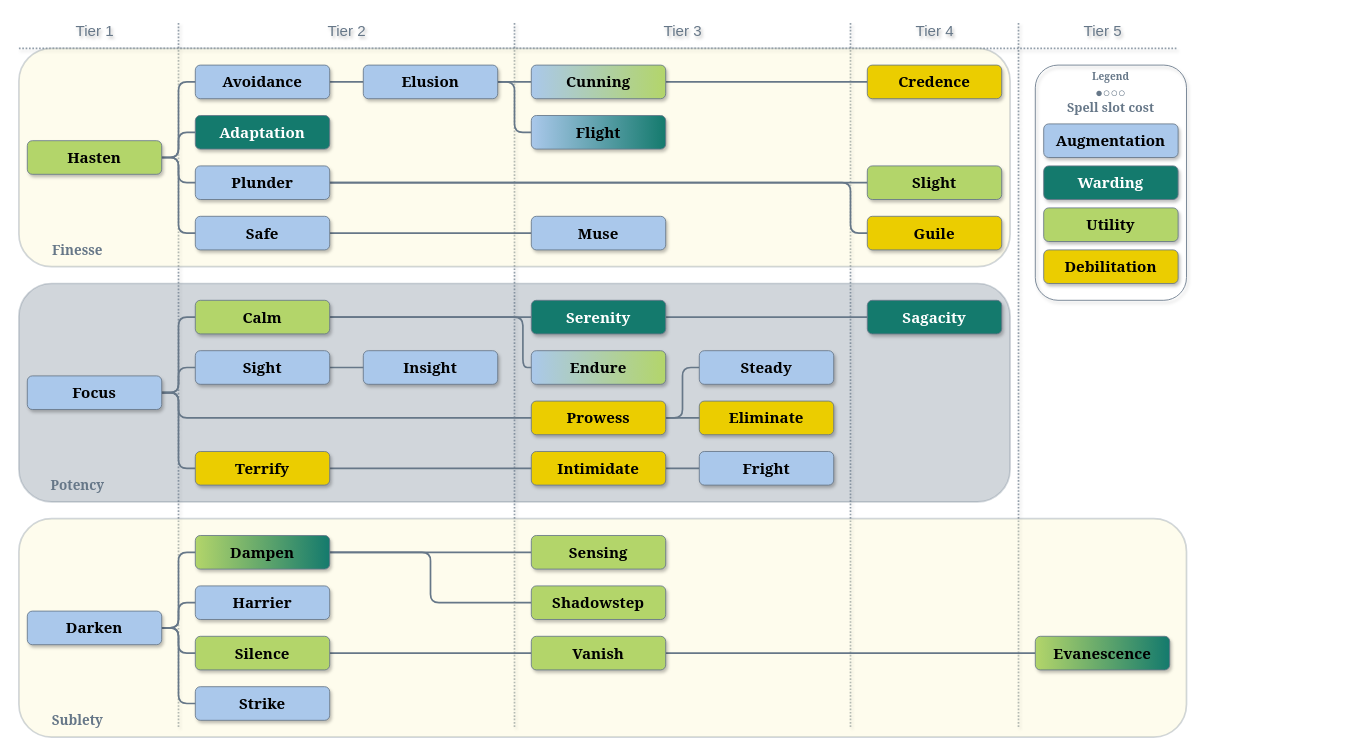
This is Thief/Thief.drawio from MahtraDR/dr-spell-trees, a draw.io file, before an edit. Source tidied: cells renumbered, new cells numbered last; positions are measured from the earlier drawing's top-left corner, leaving out a move shared by most shapes. Both pictures are drawn from the tidied source at 84%, with x=0, y=0 at pixel (18, 14).
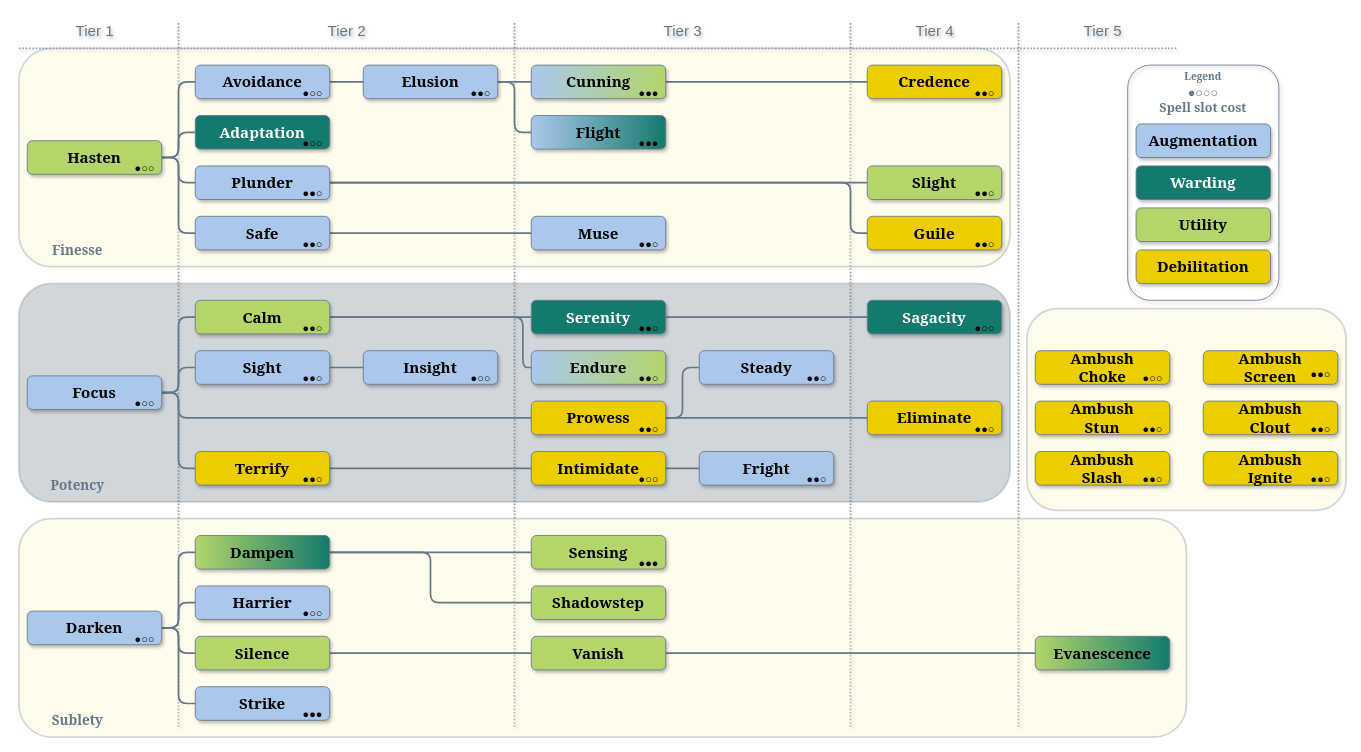
Above is the later version.

The edit, as a diff of the source:
```diff
@@
     <mxCell id="12" value="Legend" style="rounded=1;fillColor=none;verticalAlign=top;labelBackgroundColor=none;fontStyle=1;fontColor=#667788;fontFamily=Georgia;strokeColor=#667788;shadow=1;glass=0;strokeWidth=1;textShadow=0;whiteSpace=wrap;" parent="1" vertex="1">
-      <mxGeometry x="1210" y="60" width="180" height="280" as="geometry" />
+      <mxGeometry x="1320" y="60" width="180" height="280" as="geometry" />
     </mxCell>
     <mxCell id="13" value="Debilitation" style="rounded=1;whiteSpace=wrap;fillColor=#EBCD00;labelBackgroundColor=none;fontFamily=Georgia;fontSize=18;strokeColor=#667788;shadow=1;glass=0;strokeWidth=1;align=center;fontStyle=1;verticalAlign=middle;fontColor=#000000;textShadow=0;" parent="1" vertex="1">
-      <mxGeometry x="1220" y="280" width="160" height="40" as="geometry" />
+      <mxGeometry x="1330" y="280" width="160" height="40" as="geometry" />
     </mxCell>
     <mxCell id="14" value="Utility" style="rounded=1;whiteSpace=wrap;fillColor=#B3D56A;labelBackgroundColor=none;fontFamily=Georgia;fontSize=18;strokeColor=#667788;shadow=1;glass=0;strokeWidth=1;align=center;fontStyle=1;verticalAlign=middle;fontColor=#000000;textShadow=0;" parent="1" vertex="1">
-      <mxGeometry x="1220" y="230" width="160" height="40" as="geometry" />
+      <mxGeometry x="1330" y="230" width="160" height="40" as="geometry" />
     </mxCell>
     <mxCell id="15" value="Warding" style="rounded=1;whiteSpace=wrap;fillColor=#147A6D;labelBackgroundColor=none;fontFamily=Georgia;fontSize=18;strokeColor=#667788;shadow=1;glass=0;strokeWidth=1;align=center;fontStyle=1;verticalAlign=middle;fontColor=#FFFFFF;textShadow=0;" parent="1" vertex="1">
-      <mxGeometry x="1220" y="180" width="160" height="40" as="geometry" />
+      <mxGeometry x="1330" y="180" width="160" height="40" as="geometry" />
     </mxCell>
     <mxCell id="16" value="Augmentation" style="rounded=1;whiteSpace=wrap;fillColor=#AAC8EB;labelBackgroundColor=none;fontFamily=Georgia;fontSize=18;strokeColor=#667788;shadow=1;glass=0;strokeWidth=1;fontColor=#000000;align=center;fontStyle=1;verticalAlign=middle;textShadow=0;" parent="1" vertex="1">
-      <mxGeometry x="1220" y="130" width="160" height="40" as="geometry" />
+      <mxGeometry x="1330" y="130" width="160" height="40" as="geometry" />
     </mxCell>
     <mxCell id="17" value="●○○○&#10;Spell slot cost" style="text;align=center;verticalAlign=middle;whiteSpace=wrap;rounded=1;fontFamily=Georgia;fontSize=15;fontColor=#667788;labelBackgroundColor=none;strokeColor=none;shadow=1;glass=0;strokeWidth=1;fontStyle=1;" parent="1" vertex="1">
-      <mxGeometry x="1220" y="80" width="160" height="40" as="geometry" />
+      <mxGeometry x="1330" y="80" width="160" height="40" as="geometry" />
     </mxCell>
@@
+    <mxCell id="91" style="rounded=1;fontFamily=Helvetica;fontSize=11;fontColor=default;labelBackgroundColor=none;fillColor=#FCF4C4;strokeColor=#667788;opacity=30;glass=0;shadow=0;align=center;verticalAlign=middle;gradientColor=none;strokeWidth=2;" parent="18" vertex="1">
+      <mxGeometry x="1200" y="350" width="380" height="240" as="geometry" />
+    </mxCell>
@@
     <mxCell id="56" value="Eliminate" style="rounded=1;strokeWidth=1;strokeColor=#667788;textShadow=0;labelBackgroundColor=none;whiteSpace=wrap;fontSize=18;fontFamily=Georgia;fillColor=#EBCD00;fontColor=#000000;shadow=1;glass=0;align=center;verticalAlign=middle;fontStyle=1;" parent="25" vertex="1">
-      <mxGeometry x="810" y="460" width="160" height="40" as="geometry" />
+      <mxGeometry x="1010" y="460" width="160" height="40" as="geometry" />
     </mxCell>
@@
+    <mxCell id="92" value="Ambush&#10;Slash" style="rounded=1;whiteSpace=wrap;fillColor=#EBCD00;labelBackgroundColor=none;fontFamily=Georgia;fontSize=18;strokeColor=#667788;shadow=1;glass=0;strokeWidth=1;align=center;fontStyle=1;verticalAlign=middle;fontColor=#000000;textShadow=0;" parent="25" vertex="1">
+      <mxGeometry x="1210" y="520" width="160" height="40" as="geometry" />
+    </mxCell>
+    <mxCell id="93" value="Ambush&#10;Stun" style="rounded=1;whiteSpace=wrap;fillColor=#EBCD00;labelBackgroundColor=none;fontFamily=Georgia;fontSize=18;strokeColor=#667788;shadow=1;glass=0;strokeWidth=1;align=center;fontStyle=1;verticalAlign=middle;fontColor=#000000;textShadow=0;" parent="25" vertex="1">
+      <mxGeometry x="1210" y="460" width="160" height="40" as="geometry" />
+    </mxCell>
+    <mxCell id="94" value="Ambush&#10;Choke" style="rounded=1;whiteSpace=wrap;fillColor=#EBCD00;labelBackgroundColor=none;fontFamily=Georgia;fontSize=18;strokeColor=#667788;shadow=1;glass=0;strokeWidth=1;align=center;fontStyle=1;verticalAlign=middle;fontColor=#000000;textShadow=0;" parent="25" vertex="1">
+      <mxGeometry x="1210" y="400" width="160" height="40" as="geometry" />
+    </mxCell>
+    <mxCell id="95" value="Ambush&#10;Ignite" style="rounded=1;whiteSpace=wrap;fillColor=#EBCD00;labelBackgroundColor=none;fontFamily=Georgia;fontSize=18;strokeColor=#667788;shadow=1;glass=0;strokeWidth=1;align=center;fontStyle=1;verticalAlign=middle;fontColor=#000000;textShadow=0;" parent="25" vertex="1">
+      <mxGeometry x="1410" y="520" width="160" height="40" as="geometry" />
+    </mxCell>
+    <mxCell id="96" value="Ambush&#10;Clout" style="rounded=1;whiteSpace=wrap;fillColor=#EBCD00;labelBackgroundColor=none;fontFamily=Georgia;fontSize=18;strokeColor=#667788;shadow=1;glass=0;strokeWidth=1;align=center;fontStyle=1;verticalAlign=middle;fontColor=#000000;textShadow=0;" parent="25" vertex="1">
+      <mxGeometry x="1410" y="460" width="160" height="40" as="geometry" />
+    </mxCell>
+    <mxCell id="97" value="Ambush&#10;Screen" style="rounded=1;whiteSpace=wrap;fillColor=#EBCD00;labelBackgroundColor=none;fontFamily=Georgia;fontSize=18;strokeColor=#667788;shadow=1;glass=0;strokeWidth=1;align=center;fontStyle=1;verticalAlign=middle;fontColor=#000000;textShadow=0;" parent="25" vertex="1">
+      <mxGeometry x="1410" y="400" width="160" height="40" as="geometry" />
+    </mxCell>
+    <mxCell id="98" parent="0" />
+    <mxCell id="99" value="●○○" style="text;align=center;verticalAlign=middle;rounded=0;fontFamily=Helvetica;fontSize=13;fontColor=default;labelBackgroundColor=none;spacing=0;spacingTop=0;spacingBottom=-5;fillColor=none;" parent="98" vertex="1">
+      <mxGeometry x="130" y="450" width="40" height="20" as="geometry" />
+    </mxCell>
+    <mxCell id="100" value="●○○" style="text;align=center;verticalAlign=middle;rounded=0;fontFamily=Helvetica;fontSize=13;fontColor=default;labelBackgroundColor=none;spacing=0;spacingTop=0;spacingBottom=-5;fillColor=none;" parent="98" vertex="1">
+      <mxGeometry x="130" y="730" width="40" height="20" as="geometry" />
+    </mxCell>
+    <mxCell id="101" value="●○○" style="text;align=center;verticalAlign=middle;rounded=0;fontFamily=Helvetica;fontSize=13;fontColor=default;labelBackgroundColor=none;spacing=0;spacingTop=0;spacingBottom=-5;fillColor=none;" parent="98" vertex="1">
+      <mxGeometry x="330" y="700" width="40" height="20" as="geometry" />
+    </mxCell>
+    <mxCell id="102" value="●○○" style="text;align=center;verticalAlign=middle;rounded=0;fontFamily=Helvetica;fontSize=13;fontColor=default;labelBackgroundColor=none;spacing=0;spacingTop=0;spacingBottom=-5;fillColor=none;" parent="98" vertex="1">
+      <mxGeometry x="130" y="170" width="40" height="20" as="geometry" />
+    </mxCell>
+    <mxCell id="103" value="●○○" style="text;align=center;verticalAlign=middle;rounded=0;fontFamily=Helvetica;fontSize=13;fontColor=default;labelBackgroundColor=none;spacing=0;spacingTop=0;spacingBottom=-5;fillColor=none;" parent="98" vertex="1">
+      <mxGeometry x="330" y="80" width="40" height="20" as="geometry" />
+    </mxCell>
+    <mxCell id="104" value="●○○" style="text;align=center;verticalAlign=middle;rounded=0;fontFamily=Helvetica;fontSize=13;fontColor=default;labelBackgroundColor=none;spacing=0;spacingTop=0;spacingBottom=-5;fillColor=none;" parent="98" vertex="1">
+      <mxGeometry x="330" y="140" width="40" height="20" as="geometry" />
+    </mxCell>
+    <mxCell id="105" value="●○○" style="text;align=center;verticalAlign=middle;rounded=0;fontFamily=Helvetica;fontSize=13;fontColor=default;labelBackgroundColor=none;spacing=0;spacingTop=0;spacingBottom=-5;fillColor=none;" parent="98" vertex="1">
+      <mxGeometry x="730" y="540" width="40" height="20" as="geometry" />
+    </mxCell>
+    <mxCell id="106" value="●○○" style="text;align=center;verticalAlign=middle;rounded=0;fontFamily=Helvetica;fontSize=13;fontColor=default;labelBackgroundColor=none;spacing=0;spacingTop=0;spacingBottom=-5;fillColor=none;" parent="98" vertex="1">
+      <mxGeometry x="1130" y="360" width="40" height="20" as="geometry" />
+    </mxCell>
+    <mxCell id="107" value="●○○" style="text;align=center;verticalAlign=middle;rounded=0;fontFamily=Helvetica;fontSize=13;fontColor=default;labelBackgroundColor=none;spacing=0;spacingTop=0;spacingBottom=-5;fillColor=none;" parent="98" vertex="1">
+      <mxGeometry x="530" y="420" width="40" height="20" as="geometry" />
+    </mxCell>
+    <mxCell id="108" value="●○○" style="text;align=center;verticalAlign=middle;rounded=0;fontFamily=Helvetica;fontSize=13;fontColor=default;labelBackgroundColor=none;spacing=0;spacingTop=0;spacingBottom=-5;fillColor=none;" parent="98" vertex="1">
+      <mxGeometry x="1330" y="420" width="40" height="20" as="geometry" />
+    </mxCell>
+    <mxCell id="109" value="●●●" style="text;align=center;verticalAlign=middle;rounded=0;fontFamily=Helvetica;fontSize=13;fontColor=default;labelBackgroundColor=none;spacing=0;spacingTop=0;spacingBottom=-5;fillColor=none;" parent="98" vertex="1">
+      <mxGeometry x="730" y="640" width="40" height="20" as="geometry" />
+    </mxCell>
+    <mxCell id="110" value="●●●" style="text;align=center;verticalAlign=middle;rounded=0;fontFamily=Helvetica;fontSize=13;fontColor=default;labelBackgroundColor=none;spacing=0;spacingTop=0;spacingBottom=-5;fillColor=none;" parent="98" vertex="1">
+      <mxGeometry x="330" y="820" width="40" height="20" as="geometry" />
+    </mxCell>
+    <mxCell id="111" value="●●●" style="text;align=center;verticalAlign=middle;rounded=0;fontFamily=Helvetica;fontSize=13;fontColor=default;labelBackgroundColor=none;spacing=0;spacingTop=0;spacingBottom=-5;fillColor=none;" parent="98" vertex="1">
+      <mxGeometry x="730" y="140" width="40" height="20" as="geometry" />
+    </mxCell>
+    <mxCell id="112" value="●●●" style="text;align=center;verticalAlign=middle;rounded=0;fontFamily=Helvetica;fontSize=13;fontColor=default;labelBackgroundColor=none;spacing=0;spacingTop=0;spacingBottom=-5;fillColor=none;" parent="98" vertex="1">
+      <mxGeometry x="730" y="80" width="40" height="20" as="geometry" />
+    </mxCell>
+    <mxCell id="113" value="●●○" style="text;align=center;verticalAlign=middle;rounded=0;fontFamily=Helvetica;fontSize=13;fontColor=default;labelBackgroundColor=none;spacing=0;spacingTop=0;spacingBottom=-5;fillColor=none;" parent="98" vertex="1">
+      <mxGeometry x="530" y="80" width="40" height="20" as="geometry" />
+    </mxCell>
+    <mxCell id="114" value="●●○" style="text;align=center;verticalAlign=middle;rounded=0;fontFamily=Helvetica;fontSize=13;fontColor=default;labelBackgroundColor=none;spacing=0;spacingTop=0;spacingBottom=-5;fillColor=none;" parent="98" vertex="1">
+      <mxGeometry x="330" y="200" width="40" height="20" as="geometry" />
+    </mxCell>
+    <mxCell id="115" value="●●○" style="text;align=center;verticalAlign=middle;rounded=0;fontFamily=Helvetica;fontSize=13;fontColor=default;labelBackgroundColor=none;spacing=0;spacingTop=0;spacingBottom=-5;fillColor=none;" parent="98" vertex="1">
+      <mxGeometry x="330" y="260" width="40" height="20" as="geometry" />
+    </mxCell>
+    <mxCell id="116" value="●●○" style="text;align=center;verticalAlign=middle;rounded=0;fontFamily=Helvetica;fontSize=13;fontColor=default;labelBackgroundColor=none;spacing=0;spacingTop=0;spacingBottom=-5;fillColor=none;" parent="98" vertex="1">
+      <mxGeometry x="730" y="260" width="40" height="20" as="geometry" />
+    </mxCell>
+    <mxCell id="117" value="●●○" style="text;align=center;verticalAlign=middle;rounded=0;fontFamily=Helvetica;fontSize=13;fontColor=default;labelBackgroundColor=none;spacing=0;spacingTop=0;spacingBottom=-5;fillColor=none;" parent="98" vertex="1">
+      <mxGeometry x="1130" y="260" width="40" height="20" as="geometry" />
+    </mxCell>
+    <mxCell id="118" value="●●○" style="text;align=center;verticalAlign=middle;rounded=0;fontFamily=Helvetica;fontSize=13;fontColor=default;labelBackgroundColor=none;spacing=0;spacingTop=0;spacingBottom=-5;fillColor=none;" parent="98" vertex="1">
+      <mxGeometry x="1130" y="200" width="40" height="20" as="geometry" />
+    </mxCell>
+    <mxCell id="119" value="●●○" style="text;align=center;verticalAlign=middle;rounded=0;fontFamily=Helvetica;fontSize=13;fontColor=default;labelBackgroundColor=none;spacing=0;spacingTop=0;spacingBottom=-5;fillColor=none;" parent="98" vertex="1">
+      <mxGeometry x="1130" y="80" width="40" height="20" as="geometry" />
+    </mxCell>
+    <mxCell id="120" value="●●○" style="text;align=center;verticalAlign=middle;rounded=0;fontFamily=Helvetica;fontSize=13;fontColor=default;labelBackgroundColor=none;spacing=0;spacingTop=0;spacingBottom=-5;fillColor=none;" parent="98" vertex="1">
+      <mxGeometry x="1330" y="480" width="40" height="20" as="geometry" />
+    </mxCell>
+    <mxCell id="121" value="●●○" style="text;align=center;verticalAlign=middle;rounded=0;fontFamily=Helvetica;fontSize=13;fontColor=default;labelBackgroundColor=none;spacing=0;spacingTop=0;spacingBottom=-5;fillColor=none;" parent="98" vertex="1">
+      <mxGeometry x="1330" y="540" width="40" height="20" as="geometry" />
+    </mxCell>
+    <mxCell id="122" value="●●○" style="text;align=center;verticalAlign=middle;rounded=0;fontFamily=Helvetica;fontSize=13;fontColor=default;labelBackgroundColor=none;spacing=0;spacingTop=0;spacingBottom=-5;fillColor=none;" parent="98" vertex="1">
+      <mxGeometry x="1530" y="540" width="40" height="20" as="geometry" />
+    </mxCell>
+    <mxCell id="123" value="●●○" style="text;align=center;verticalAlign=middle;rounded=0;fontFamily=Helvetica;fontSize=13;fontColor=default;labelBackgroundColor=none;spacing=0;spacingTop=0;spacingBottom=-5;fillColor=none;" parent="98" vertex="1">
+      <mxGeometry x="1530" y="480" width="40" height="20" as="geometry" />
+    </mxCell>
+    <mxCell id="124" value="●●○" style="text;align=center;verticalAlign=middle;rounded=0;fontFamily=Helvetica;fontSize=13;fontColor=default;labelBackgroundColor=none;spacing=0;spacingTop=0;spacingBottom=-5;fillColor=none;" parent="98" vertex="1">
+      <mxGeometry x="1530" y="415" width="40" height="20" as="geometry" />
+    </mxCell>
+    <mxCell id="125" value="●●○" style="text;align=center;verticalAlign=middle;rounded=0;fontFamily=Helvetica;fontSize=13;fontColor=default;labelBackgroundColor=none;spacing=0;spacingTop=0;spacingBottom=-5;fillColor=none;" parent="98" vertex="1">
+      <mxGeometry x="1130" y="480" width="40" height="20" as="geometry" />
+    </mxCell>
+    <mxCell id="126" value="●●○" style="text;align=center;verticalAlign=middle;rounded=0;fontFamily=Helvetica;fontSize=13;fontColor=default;labelBackgroundColor=none;spacing=0;spacingTop=0;spacingBottom=-5;fillColor=none;" parent="98" vertex="1">
+      <mxGeometry x="930" y="420" width="40" height="20" as="geometry" />
+    </mxCell>
+    <mxCell id="127" value="●●○" style="text;align=center;verticalAlign=middle;rounded=0;fontFamily=Helvetica;fontSize=13;fontColor=default;labelBackgroundColor=none;spacing=0;spacingTop=0;spacingBottom=-5;fillColor=none;" parent="98" vertex="1">
+      <mxGeometry x="930" y="540" width="40" height="20" as="geometry" />
+    </mxCell>
+    <mxCell id="128" value="●●○" style="text;align=center;verticalAlign=middle;rounded=0;fontFamily=Helvetica;fontSize=13;fontColor=default;labelBackgroundColor=none;spacing=0;spacingTop=0;spacingBottom=-5;fillColor=none;" parent="98" vertex="1">
+      <mxGeometry x="730" y="480" width="40" height="20" as="geometry" />
+    </mxCell>
+    <mxCell id="129" value="●●○" style="text;align=center;verticalAlign=middle;rounded=0;fontFamily=Helvetica;fontSize=13;fontColor=default;labelBackgroundColor=none;spacing=0;spacingTop=0;spacingBottom=-5;fillColor=none;" parent="98" vertex="1">
+      <mxGeometry x="730" y="420" width="40" height="20" as="geometry" />
+    </mxCell>
+    <mxCell id="130" value="●●○" style="text;align=center;verticalAlign=middle;rounded=0;fontFamily=Helvetica;fontSize=13;fontColor=default;labelBackgroundColor=none;spacing=0;spacingTop=0;spacingBottom=-5;fillColor=none;" parent="98" vertex="1">
+      <mxGeometry x="730" y="360" width="40" height="20" as="geometry" />
+    </mxCell>
+    <mxCell id="131" value="●●○" style="text;align=center;verticalAlign=middle;rounded=0;fontFamily=Helvetica;fontSize=13;fontColor=default;labelBackgroundColor=none;spacing=0;spacingTop=0;spacingBottom=-5;fillColor=none;" parent="98" vertex="1">
+      <mxGeometry x="330" y="360" width="40" height="20" as="geometry" />
+    </mxCell>
+    <mxCell id="132" value="●●○" style="text;align=center;verticalAlign=middle;rounded=0;fontFamily=Helvetica;fontSize=13;fontColor=default;labelBackgroundColor=none;spacing=0;spacingTop=0;spacingBottom=-5;fillColor=none;" parent="98" vertex="1">
+      <mxGeometry x="330" y="420" width="40" height="20" as="geometry" />
+    </mxCell>
+    <mxCell id="133" value="●●○" style="text;align=center;verticalAlign=middle;rounded=0;fontFamily=Helvetica;fontSize=13;fontColor=default;labelBackgroundColor=none;spacing=0;spacingTop=0;spacingBottom=-5;fillColor=none;" parent="98" vertex="1">
+      <mxGeometry x="330" y="540" width="40" height="20" as="geometry" />
+    </mxCell>
```
